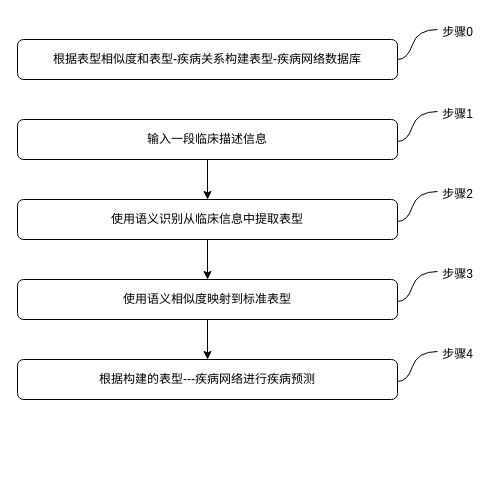
1374219958/peopleface keeps this draw.io diagram as 未命名绘图.drawio. Above is the earlier version. Source tidied: cells renumbered, new cells numbered last; positions are measured from the earlier drawing's top-left corner, leaving out a move shared by most shapes. Both pictures are drawn from the tidied source at 100%, with x=0, y=0 at pixel (17, 17).
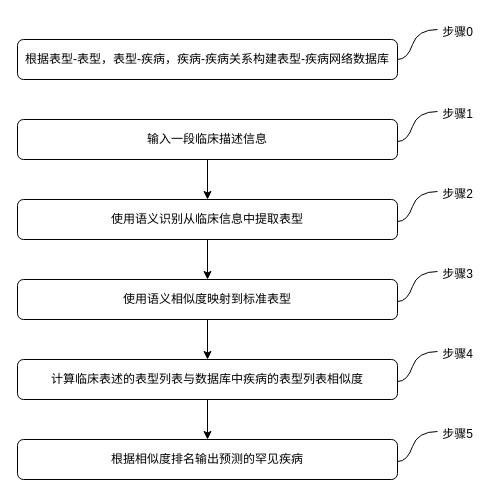
After the change.

Commit message:
更新未命名绘图.drawio

Diff of the diagram source:
```diff
@@
+    <mxCell id="20" style="edgeStyle=orthogonalEdgeStyle;rounded=0;jettySize=auto;html=1;" parent="1" edge="1" source="8" target="21">
+      <mxGeometry relative="1" as="geometry" />
+    </mxCell>
-    <mxCell id="8" value="根据构建的表型---疾病网络进行疾病预测" style="rounded=1;whiteSpace=wrap;html=1;fontSize=12;glass=0;strokeWidth=1;shadow=0;" parent="1" vertex="1">
+    <mxCell id="8" value="计算临床表述的表型列表与数据库中疾病的表型列表相似度" style="rounded=1;whiteSpace=wrap;html=1;fontSize=12;glass=0;strokeWidth=1;shadow=0;" parent="1" vertex="1">
       <mxGeometry y="342" width="380" height="40" as="geometry" />
     </mxCell>
-    <mxCell id="9" value="根据表型相似度和表型-疾病关系构建表型-疾病网络数据库" style="rounded=1;whiteSpace=wrap;html=1;fontSize=12;glass=0;strokeWidth=1;shadow=0;" parent="1" vertex="1">
+    <mxCell id="9" value="根据表型-表型，表型-疾病，疾病-疾病关系构建表型-疾病网络数据库" style="rounded=1;whiteSpace=wrap;html=1;fontSize=12;glass=0;strokeWidth=1;shadow=0;" parent="1" vertex="1">
       <mxGeometry y="22" width="380" height="40" as="geometry" />
     </mxCell>
@@
+    <mxCell id="21" value="根据相似度排名输出预测的罕见疾病" style="rounded=1;whiteSpace=wrap;html=1;fontSize=12;glass=0;strokeWidth=1;shadow=0;" parent="1" vertex="1">
+      <mxGeometry y="422" width="380" height="40" as="geometry" />
+    </mxCell>
+    <mxCell id="22" style="endArrow=none;html=1;curved=1;" parent="1" edge="1">
+      <mxGeometry relative="1" as="geometry">
+        <mxPoint x="380" y="444" as="sourcePoint" />
+        <mxPoint x="420" y="414" as="targetPoint" />
+        <Array as="points">
+          <mxPoint x="390" y="444" />
+          <mxPoint x="400" y="414" />
+        </Array>
+      </mxGeometry>
+    </mxCell>
+    <mxCell id="23" value="步骤5" style="text;html=1;align=center;verticalAlign=middle;strokeColor=none;fillColor=none;" parent="1" vertex="1">
+      <mxGeometry x="415" y="402" width="50" height="30" as="geometry" />
+    </mxCell>
```
